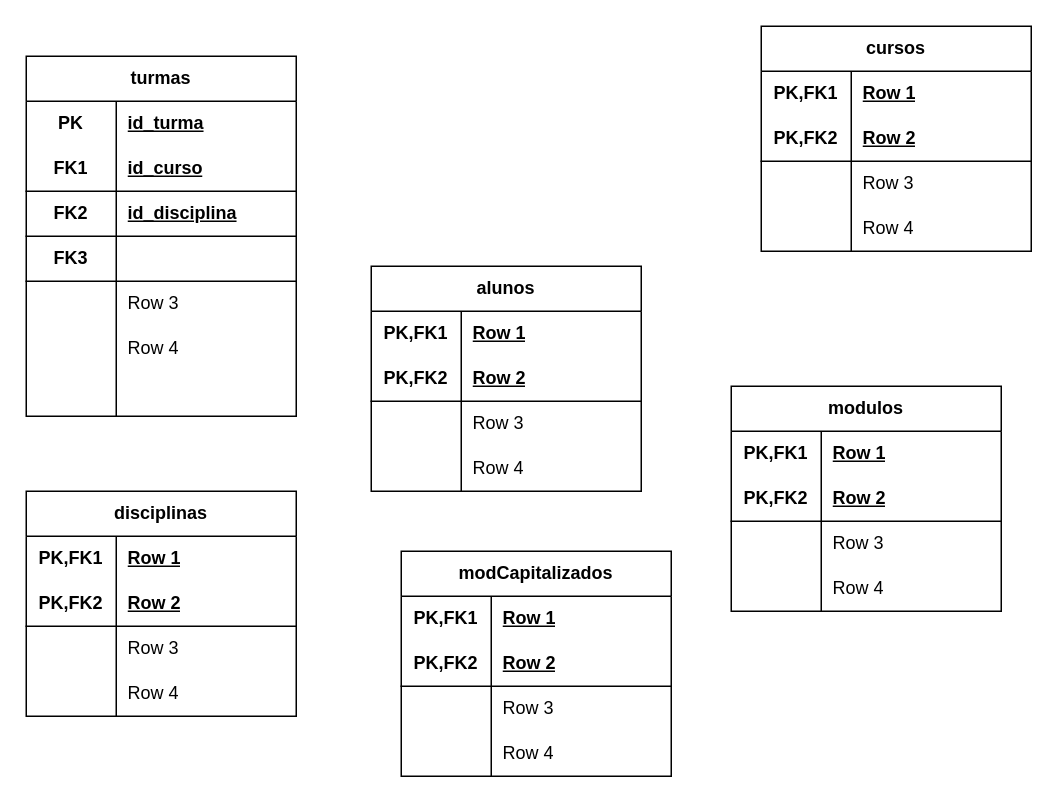
This is gmr_modER.drawio from DaviClementee/Gest_mod_reali_Davi_Mario_Karamjit_Gerry, a draw.io file, before an edit. Source tidied: cells renumbered, new cells numbered last; positions are measured from the earlier drawing's top-left corner, leaving out a move shared by most shapes. Both pictures are drawn from the tidied source at 150%, with x=0, y=0 at pixel (26, 26).
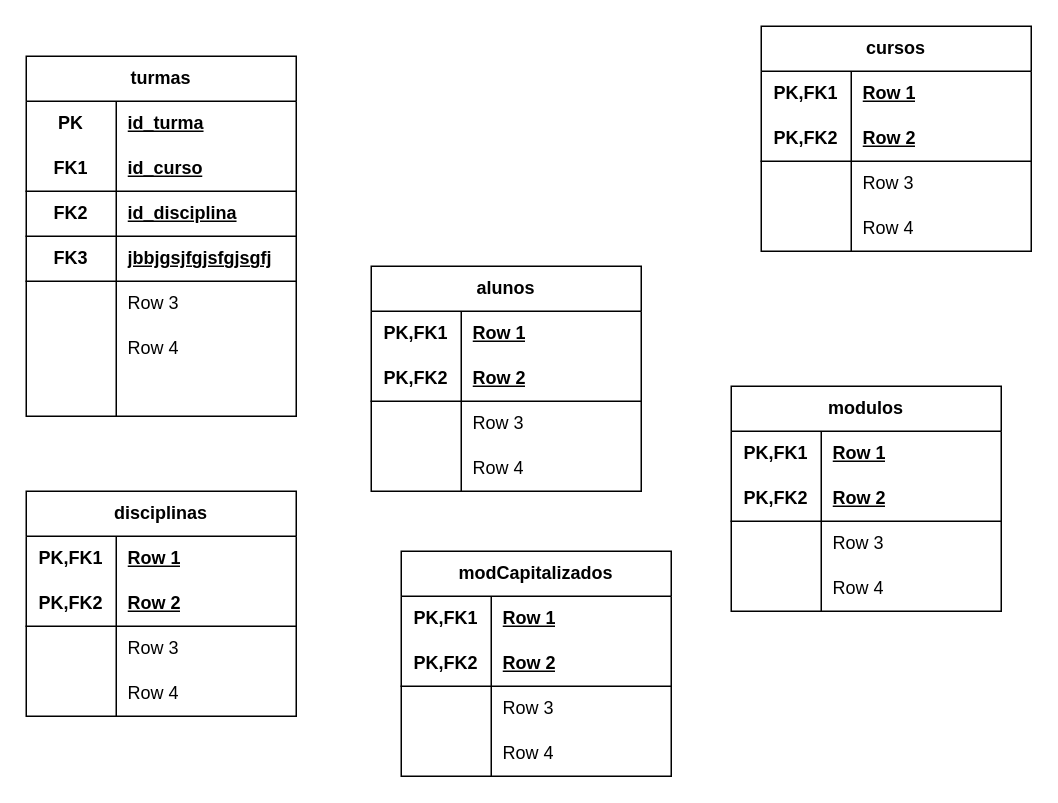
Above is the later version.

Commit message:
so para testar.

The change refers to these unchanged cells:
```xml
<mxCell id="12" style="shape=tableRow;horizontal=0;startSize=0;swimlaneHead=0;swimlaneBody=0;fillColor=none;top=0;left=0;right=0;bottom=1;html=1;" parent="2" vertex="1">
  <mxGeometry y="120" width="180" height="30" as="geometry" />
</mxCell>
```

Change to the diagram source:
```diff
@@
-    <mxCell id="14" style="shape=partialRectangle;fillColor=none;top=0;left=0;bottom=0;right=0;align=left;spacingLeft=6;fontStyle=5;overflow=hidden;html=1;whiteSpace=wrap;" parent="12" vertex="1">
+    <mxCell id="14" value="jbbjgsjfgjsfgjsgfj" style="shape=partialRectangle;fillColor=none;top=0;left=0;bottom=0;right=0;align=left;spacingLeft=6;fontStyle=5;overflow=hidden;html=1;whiteSpace=wrap;" parent="12" vertex="1">
       <mxGeometry x="60" width="120" height="30" as="geometry" />
     </mxCell>
```
